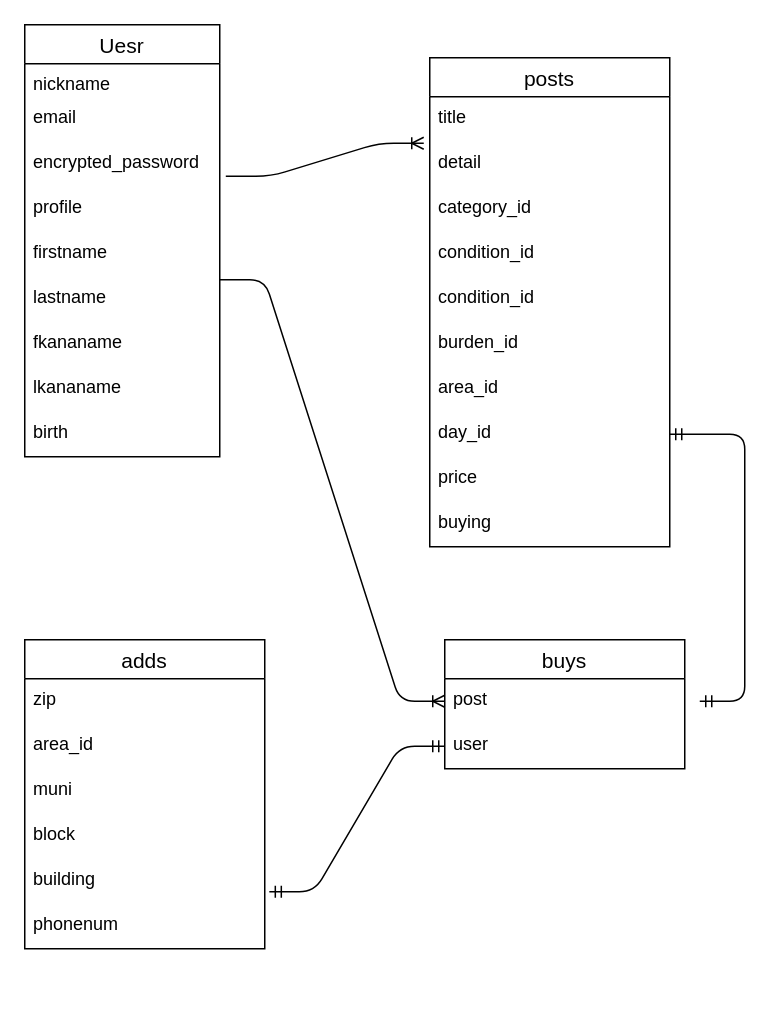
Before: ER.dio in Kohei1204/furima-34284, a draw.io diagram. Source tidied: cells renumbered, new cells numbered last; positions are measured from the earlier drawing's top-left corner, leaving out a move shared by most shapes. Both pictures are drawn from the tidied source at 150%, with x=0, y=0 at pixel (24, 24).
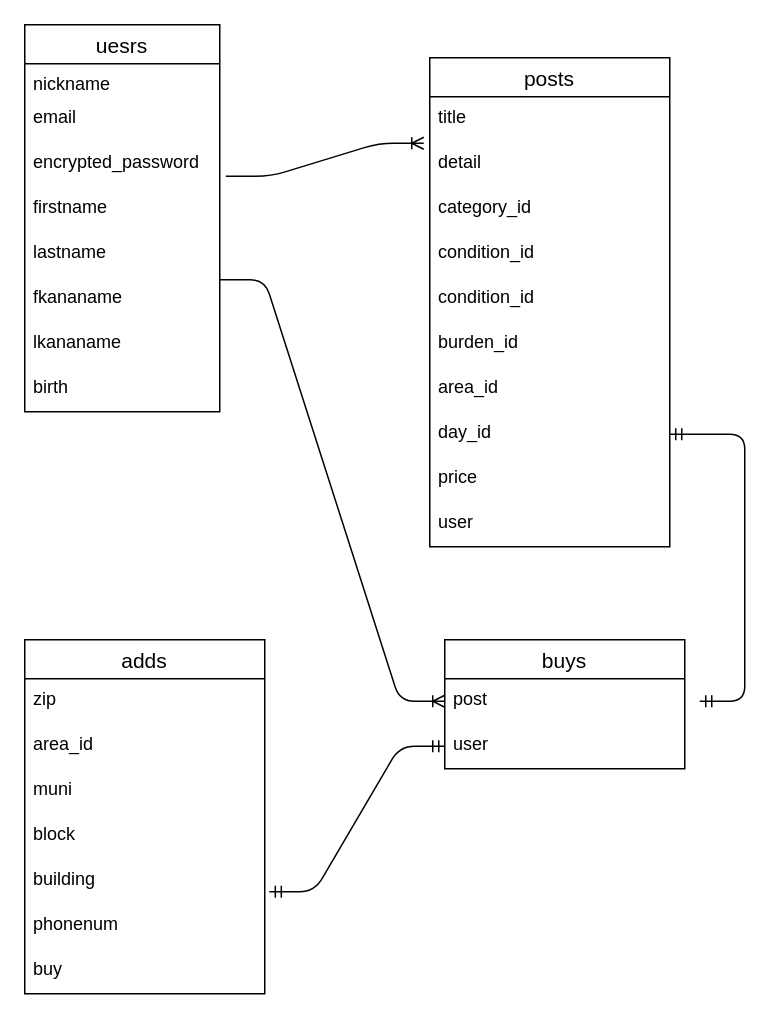
The same diagram, later.

Commit message (it also covers changes not shown here):
カラムネームの編集

Unchanged cells that the change refers to:
```xml
<mxCell id="19" value="posts" style="swimlane;fontStyle=0;horizontal=1;startSize=26;align=center;fontSize=14;" parent="1" vertex="1">
  <mxGeometry x="270" y="22" width="160" height="326" as="geometry" />
</mxCell>
```

The edit, as a diff of the source:
```diff
@@
-    <mxCell id="2" value="Uesr" style="swimlane;fontStyle=0;horizontal=1;startSize=26;align=center;fontSize=14;" parent="1" vertex="1">
-      <mxGeometry width="130" height="288" as="geometry" />
+    <mxCell id="2" value="uesrs" style="swimlane;fontStyle=0;horizontal=1;startSize=26;align=center;fontSize=14;" parent="1" vertex="1">
+      <mxGeometry width="130" height="258" as="geometry" />
     </mxCell>
@@
-    <mxCell id="6" value="profile" style="text;strokeColor=none;fillColor=none;spacingLeft=4;spacingRight=4;overflow=hidden;fontSize=12;align=left;verticalAlign=top;" parent="2" vertex="1">
-      <mxGeometry y="108" width="130" height="30" as="geometry" />
-    </mxCell>
     <mxCell id="7" value="firstname" style="text;strokeColor=none;fillColor=none;spacingLeft=4;spacingRight=4;overflow=hidden;fontSize=12;align=left;verticalAlign=top;" parent="2" vertex="1">
-      <mxGeometry y="138" width="130" height="30" as="geometry" />
+      <mxGeometry y="108" width="130" height="30" as="geometry" />
     </mxCell>
     <mxCell id="8" value="lastname" style="text;strokeColor=none;fillColor=none;spacingLeft=4;spacingRight=4;overflow=hidden;fontSize=12;align=left;verticalAlign=top;" parent="2" vertex="1">
-      <mxGeometry y="168" width="130" height="30" as="geometry" />
+      <mxGeometry y="138" width="130" height="30" as="geometry" />
     </mxCell>
     <mxCell id="9" value="fkananame" style="text;strokeColor=none;fillColor=none;spacingLeft=4;spacingRight=4;overflow=hidden;fontSize=12;align=left;verticalAlign=top;" parent="2" vertex="1">
-      <mxGeometry y="198" width="130" height="30" as="geometry" />
+      <mxGeometry y="168" width="130" height="30" as="geometry" />
     </mxCell>
     <mxCell id="10" value="lkananame" style="text;strokeColor=none;fillColor=none;spacingLeft=4;spacingRight=4;overflow=hidden;fontSize=12;align=left;verticalAlign=top;" parent="2" vertex="1">
-      <mxGeometry y="228" width="130" height="30" as="geometry" />
+      <mxGeometry y="198" width="130" height="30" as="geometry" />
     </mxCell>
     <mxCell id="11" value="birth" style="text;strokeColor=none;fillColor=none;spacingLeft=4;spacingRight=4;overflow=hidden;fontSize=12;align=left;verticalAlign=top;" parent="2" vertex="1">
-      <mxGeometry y="258" width="130" height="30" as="geometry" />
+      <mxGeometry y="228" width="130" height="30" as="geometry" />
     </mxCell>
     <mxCell id="12" value="adds" style="swimlane;fontStyle=0;horizontal=1;startSize=26;align=center;fontSize=14;" parent="1" vertex="1">
-      <mxGeometry y="410" width="160" height="206" as="geometry" />
+      <mxGeometry y="410" width="160" height="236" as="geometry" />
     </mxCell>
@@
+    <mxCell id="37" value="buy" style="text;strokeColor=none;fillColor=none;spacingLeft=4;spacingRight=4;overflow=hidden;fontSize=12;rounded=0;align=left;verticalAlign=top;" parent="12" vertex="1">
+      <mxGeometry y="206" width="160" height="30" as="geometry" />
+    </mxCell>
@@
-    <mxCell id="29" value="buying" style="text;strokeColor=none;fillColor=none;spacingLeft=4;spacingRight=4;overflow=hidden;fontSize=12;" parent="19" vertex="1">
-      <mxGeometry y="296" width="160" height="30" as="geometry" />
-    </mxCell>
+    <mxCell id="38" value="user" style="text;strokeColor=none;fillColor=none;spacingLeft=4;spacingRight=4;overflow=hidden;fontSize=12;rounded=0;align=left;verticalAlign=top;" parent="19" vertex="1">
+      <mxGeometry y="296" width="160" height="30" as="geometry" />
+    </mxCell>
```
